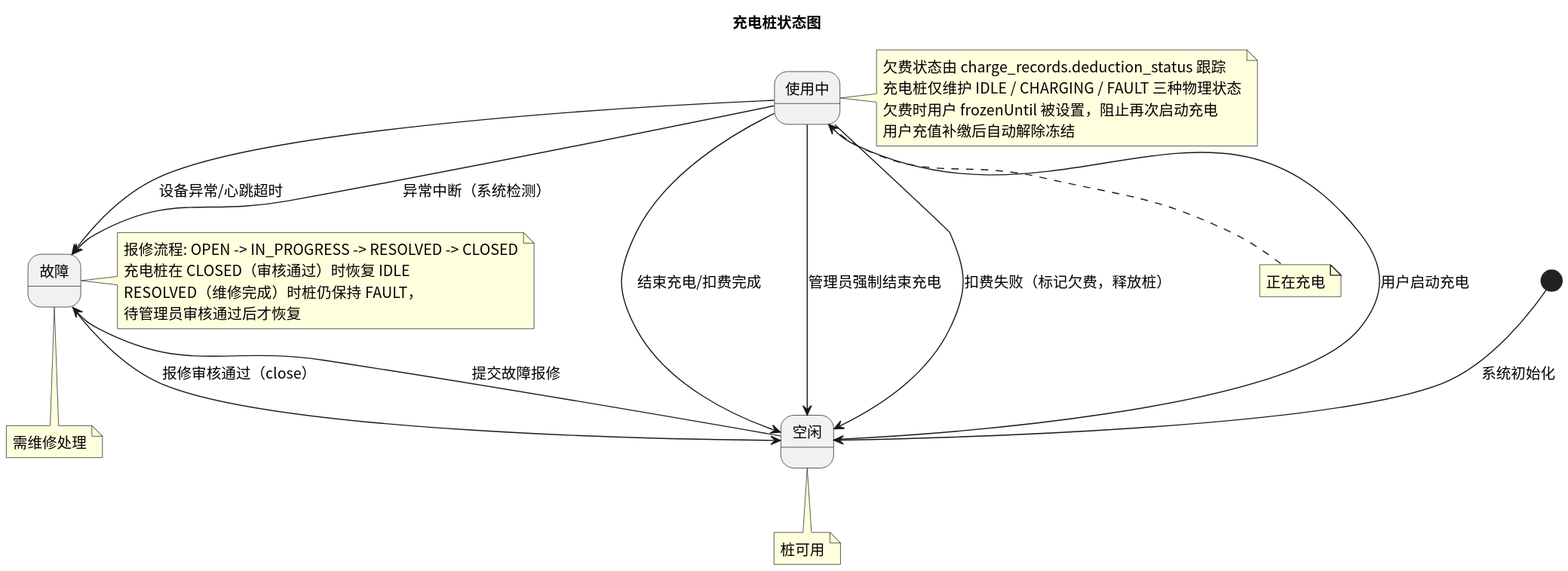
This is status/img/state_charger.svg from greenhandzdl/charging-station-doc, a PlantUML export, as it was before one commit.
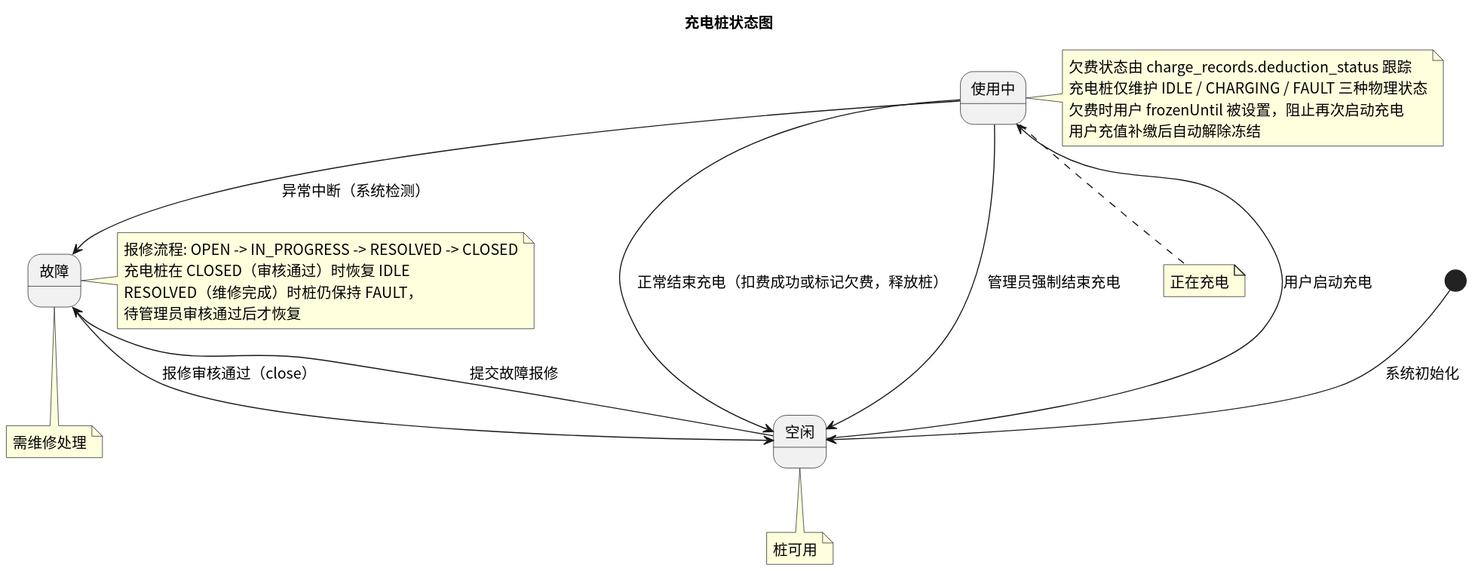
The same diagram one commit later.

The edit, as a diff of the source:
```diff
@@ -9,11 +9,9 @@
 
 [*] --> IDLE : 系统初始化
 IDLE --> CHARGING : 用户启动充电
-CHARGING --> IDLE : 结束充电/扣费完成
+CHARGING --> IDLE : 正常结束充电（扣费成功或标记欠费，释放桩）
 CHARGING --> IDLE : 管理员强制结束充电
-CHARGING --> FAULT : 设备异常/心跳超时
 CHARGING --> FAULT : 异常中断（系统检测）
-  CHARGING --> IDLE : 扣费失败（标记欠费，释放桩）
 IDLE --> FAULT : 提交故障报修
 FAULT --> IDLE : 报修审核通过（close）
 
```
